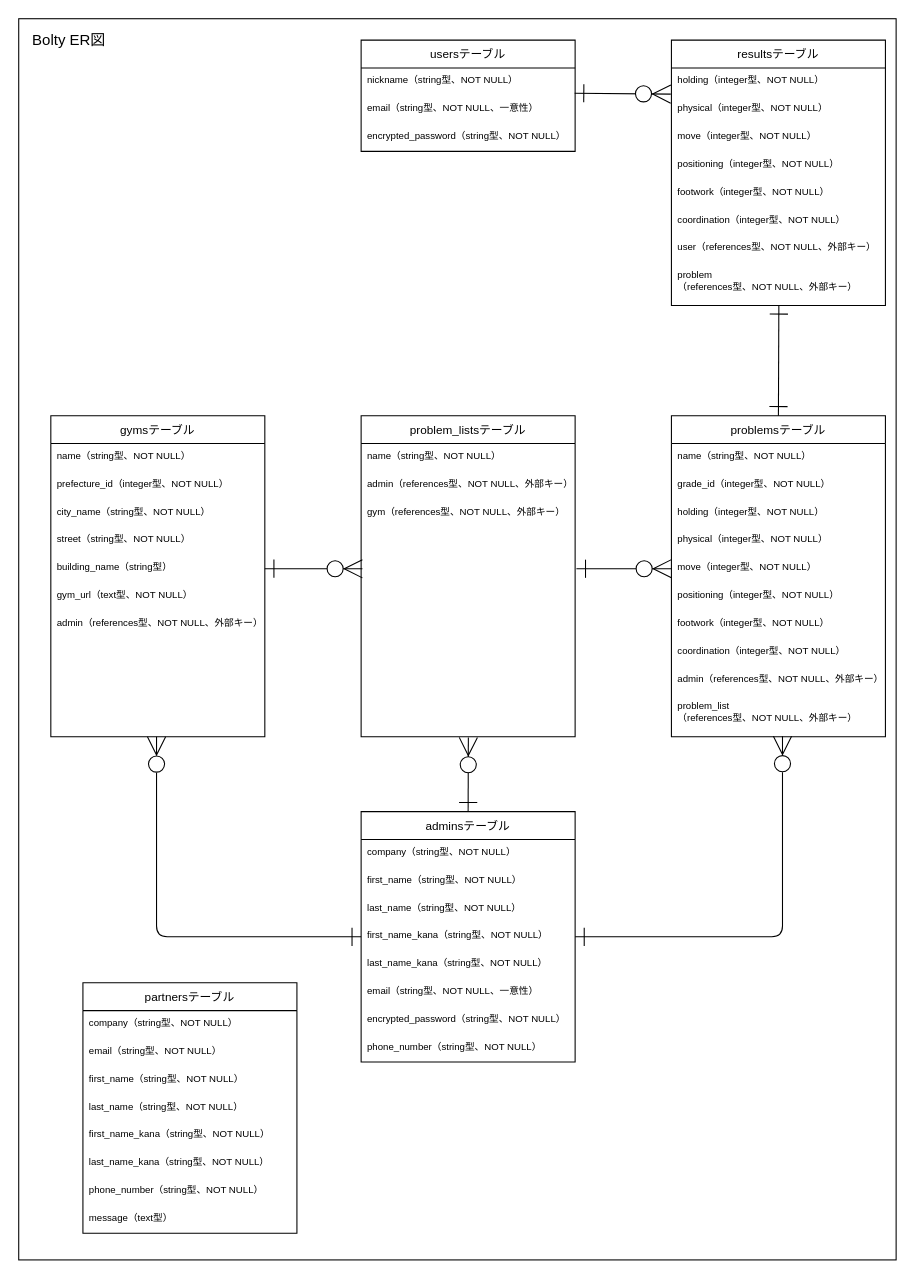
kazukiwada01/bolty keeps this draw.io diagram as ER.drawio. Above is the earlier version. Source tidied: cells renumbered, new cells numbered last; positions are measured from the earlier drawing's top-left corner, leaving out a move shared by most shapes. Both pictures are drawn from the tidied source at 107%, with x=0, y=0 at pixel (18, 18).
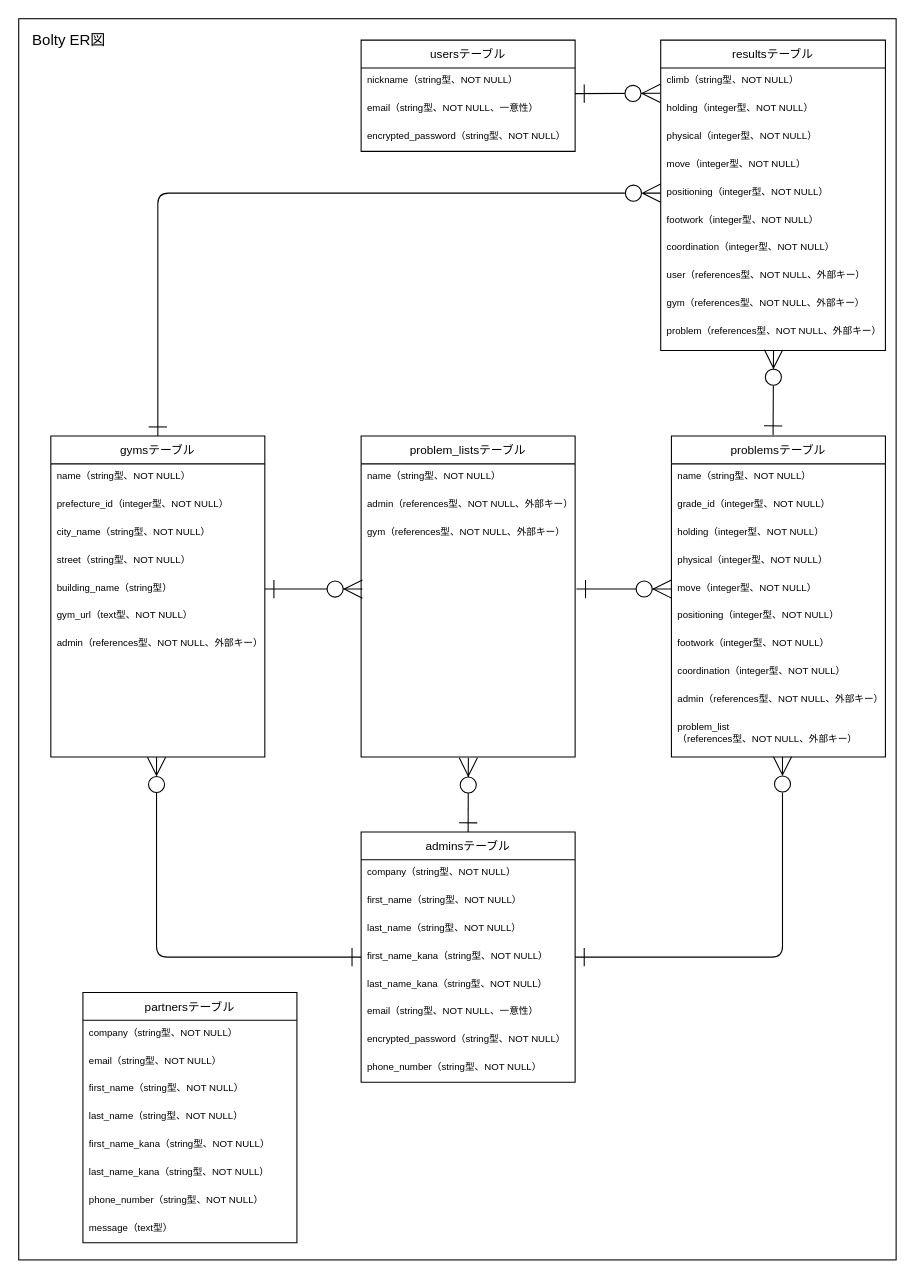
The same page after the edit.

Unchanged cells that the change refers to:
```xml
<mxCell id="4" value="nickname（string型、NOT NULL）" style="text;strokeColor=none;fillColor=none;align=left;verticalAlign=top;spacingLeft=4;spacingRight=4;overflow=hidden;points=[[0,0.5],[1,0.5]];portConstraint=eastwest;fontColor=#000000;fontSize=9;" parent="3" vertex="1">
  <mxGeometry y="26" width="200" height="26" as="geometry" />
</mxCell>
```

The edit, as a diff of the source:
```diff
@@
     <mxCell id="8" value="problem_listsテーブル" style="swimlane;fontStyle=0;horizontal=1;startSize=26;fontSize=11;fillColor=#FFFFFF;fontColor=#000000;strokeColor=#000000;" parent="1" vertex="1">
-      <mxGeometry x="320" y="371" width="200" height="300" as="geometry" />
+      <mxGeometry x="320" y="390" width="200" height="300" as="geometry" />
     </mxCell>
@@
     <mxCell id="12" value="adminsテーブル" style="swimlane;fontStyle=0;horizontal=1;startSize=26;fontSize=11;fillColor=#FFFFFF;fontColor=#000000;strokeColor=#000000;" parent="1" vertex="1">
-      <mxGeometry x="320" y="741" width="200" height="234" as="geometry" />
+      <mxGeometry x="320" y="760" width="200" height="234" as="geometry" />
     </mxCell>
@@
     <mxCell id="21" value="problemsテーブル" style="swimlane;fontStyle=0;horizontal=1;startSize=26;fontSize=11;fillColor=#FFFFFF;fontColor=#000000;strokeColor=#000000;" parent="1" vertex="1">
-      <mxGeometry x="610" y="371" width="200" height="300" as="geometry" />
+      <mxGeometry x="610" y="390" width="200" height="300" as="geometry" />
     </mxCell>
@@
     <mxCell id="32" value="gymsテーブル" style="swimlane;fontStyle=0;horizontal=1;startSize=26;fontSize=11;fillColor=#FFFFFF;fontColor=#000000;strokeColor=#000000;" parent="1" vertex="1">
-      <mxGeometry x="30" y="371" width="200" height="300" as="geometry" />
+      <mxGeometry x="30" y="390" width="200" height="300" as="geometry" />
     </mxCell>
@@
-    <mxCell id="40" style="edgeStyle=none;html=1;exitX=-0.003;exitY=-0.059;exitDx=0;exitDy=0;fontSize=12;fontColor=#000000;startArrow=ERzeroToMany;startFill=1;endArrow=ERone;endFill=0;startSize=15;endSize=15;strokeColor=#000000;entryX=0.998;entryY=0.907;entryDx=0;entryDy=0;entryPerimeter=0;exitPerimeter=0;" parent="1" edge="1" source="58" target="4">
-      <mxGeometry relative="1" as="geometry" />
+    <mxCell id="40" style="edgeStyle=none;html=1;exitX=-0.002;exitY=0.912;exitDx=0;exitDy=0;fontSize=12;fontColor=#000000;startArrow=ERzeroToMany;startFill=1;endArrow=ERone;endFill=0;startSize=15;endSize=15;strokeColor=#000000;exitPerimeter=0;" parent="1" edge="1" source="57">
+      <mxGeometry relative="1" as="geometry">
+        <mxPoint x="520" y="70" as="targetPoint" />
+      </mxGeometry>
     </mxCell>
-    <mxCell id="41" style="edgeStyle=none;html=1;fontSize=12;fontColor=#000000;startArrow=ERone;startFill=0;endArrow=ERone;endFill=0;startSize=15;endSize=15;strokeColor=#000000;entryX=0.502;entryY=0.988;entryDx=0;entryDy=0;entryPerimeter=0;exitX=0.5;exitY=0;exitDx=0;exitDy=0;" parent="1" edge="1" source="21" target="64">
-      <mxGeometry relative="1" as="geometry" />
+    <mxCell id="41" style="edgeStyle=none;html=1;fontSize=12;fontColor=#000000;startArrow=ERone;startFill=0;endArrow=ERzeroToMany;endFill=0;startSize=15;endSize=15;strokeColor=#000000;entryX=0;entryY=0.5;entryDx=0;entryDy=0;exitX=0.5;exitY=0;exitDx=0;exitDy=0;" parent="1" edge="1" source="32" target="60">
+      <mxGeometry relative="1" as="geometry">
+        <Array as="points">
+          <mxPoint x="130" y="163" />
+        </Array>
+      </mxGeometry>
     </mxCell>
@@
     <mxCell id="47" value="partnersテーブル" style="swimlane;fontStyle=0;horizontal=1;startSize=26;fontSize=11;fillColor=#FFFFFF;fontColor=#000000;strokeColor=#000000;" parent="1" vertex="1">
-      <mxGeometry x="60" y="901" width="200" height="234" as="geometry" />
+      <mxGeometry x="60" y="910" width="200" height="234" as="geometry" />
     </mxCell>
@@
     <mxCell id="56" value="resultsテーブル" style="swimlane;fontStyle=0;horizontal=1;startSize=26;fontSize=11;fillColor=#FFFFFF;fontColor=#000000;strokeColor=#000000;" parent="1" vertex="1">
-      <mxGeometry x="610" y="20" width="200" height="248" as="geometry" />
+      <mxGeometry x="600" y="20" width="210" height="290" as="geometry" />
     </mxCell>
-    <mxCell id="57" value="holding（integer型、NOT NULL）" style="text;strokeColor=none;fillColor=none;align=left;verticalAlign=top;spacingLeft=4;spacingRight=4;overflow=hidden;points=[[0,0.5],[1,0.5]];portConstraint=eastwest;fontColor=#000000;fontSize=9;" parent="56" vertex="1">
-      <mxGeometry y="26" width="200" height="26" as="geometry" />
+    <mxCell id="57" value="climb（string型、NOT NULL）" style="text;strokeColor=none;fillColor=none;align=left;verticalAlign=top;spacingLeft=4;spacingRight=4;overflow=hidden;points=[[0,0.5],[1,0.5]];portConstraint=eastwest;fontColor=#000000;fontSize=9;" parent="56" vertex="1">
+      <mxGeometry y="26" width="210" height="26" as="geometry" />
     </mxCell>
+    <mxCell id="65" value="holding（integer型、NOT NULL）" style="text;strokeColor=none;fillColor=none;align=left;verticalAlign=top;spacingLeft=4;spacingRight=4;overflow=hidden;fontColor=#000000;fontSize=9;" parent="56" vertex="1">
+      <mxGeometry y="52" width="210" height="26" as="geometry" />
+    </mxCell>
     <mxCell id="58" value="physical（integer型、NOT NULL）" style="text;strokeColor=none;fillColor=none;align=left;verticalAlign=top;spacingLeft=4;spacingRight=4;overflow=hidden;points=[[0,0.5],[1,0.5]];portConstraint=eastwest;fontColor=#000000;fontSize=9;" parent="56" vertex="1">
-      <mxGeometry y="52" width="200" height="26" as="geometry" />
+      <mxGeometry y="78" width="210" height="26" as="geometry" />
     </mxCell>
     <mxCell id="59" value="move（integer型、NOT NULL）" style="text;strokeColor=none;fillColor=none;align=left;verticalAlign=top;spacingLeft=4;spacingRight=4;overflow=hidden;fontColor=#000000;fontSize=9;" parent="56" vertex="1">
-      <mxGeometry y="78" width="200" height="26" as="geometry" />
+      <mxGeometry y="104" width="210" height="26" as="geometry" />
     </mxCell>
     <mxCell id="60" value="positioning（integer型、NOT NULL）" style="text;strokeColor=none;fillColor=none;align=left;verticalAlign=top;spacingLeft=4;spacingRight=4;overflow=hidden;points=[[0,0.5],[1,0.5]];portConstraint=eastwest;fontColor=#000000;fontSize=9;" parent="56" vertex="1">
-      <mxGeometry y="104" width="200" height="26" as="geometry" />
+      <mxGeometry y="130" width="210" height="26" as="geometry" />
     </mxCell>
     <mxCell id="61" value="footwork（integer型、NOT NULL）" style="text;strokeColor=none;fillColor=none;align=left;verticalAlign=top;spacingLeft=4;spacingRight=4;overflow=hidden;fontColor=#000000;fontSize=9;" parent="56" vertex="1">
-      <mxGeometry y="130" width="200" height="26" as="geometry" />
+      <mxGeometry y="156" width="210" height="26" as="geometry" />
     </mxCell>
     <mxCell id="62" value="coordination（integer型、NOT NULL）" style="text;strokeColor=none;fillColor=none;align=left;verticalAlign=top;spacingLeft=4;spacingRight=4;overflow=hidden;fontColor=#000000;fontSize=9;" parent="56" vertex="1">
-      <mxGeometry y="156" width="200" height="26" as="geometry" />
+      <mxGeometry y="182" width="210" height="26" as="geometry" />
     </mxCell>
     <mxCell id="63" value="user（references型、NOT NULL、外部キー）" style="text;strokeColor=none;fillColor=none;align=left;verticalAlign=top;spacingLeft=4;spacingRight=4;overflow=hidden;fontColor=#000000;fontSize=9;" parent="56" vertex="1">
-      <mxGeometry y="182" width="200" height="26" as="geometry" />
+      <mxGeometry y="208" width="210" height="26" as="geometry" />
     </mxCell>
-    <mxCell id="64" value="problem&#10;（references型、NOT NULL、外部キー）" style="text;strokeColor=none;fillColor=none;align=left;verticalAlign=top;spacingLeft=4;spacingRight=4;overflow=hidden;points=[[0,0.5],[1,0.5]];portConstraint=eastwest;fontColor=#000000;fontSize=9;" parent="56" vertex="1">
-      <mxGeometry y="208" width="200" height="40" as="geometry" />
-    </mxCell>
+    <mxCell id="66" value="gym（references型、NOT NULL、外部キー）" style="text;strokeColor=none;fillColor=none;align=left;verticalAlign=top;spacingLeft=4;spacingRight=4;overflow=hidden;fontColor=#000000;fontSize=9;" parent="56" vertex="1">
+      <mxGeometry y="234" width="210" height="26" as="geometry" />
+    </mxCell>
+    <mxCell id="67" value="problem（references型、NOT NULL、外部キー）" style="text;strokeColor=none;fillColor=none;align=left;verticalAlign=top;spacingLeft=4;spacingRight=4;overflow=hidden;points=[[0,0.5],[1,0.5]];portConstraint=eastwest;fontColor=#000000;fontSize=9;" parent="56" vertex="1">
+      <mxGeometry y="260" width="210" height="30" as="geometry" />
+    </mxCell>
+    <mxCell id="68" style="edgeStyle=none;html=1;exitX=0.502;exitY=0.983;exitDx=0;exitDy=0;fontSize=12;fontColor=#000000;startArrow=ERzeroToMany;startFill=0;endArrow=ERone;endFill=0;startSize=15;endSize=15;strokeColor=#000000;exitPerimeter=0;" parent="1" edge="1" source="67">
+      <mxGeometry relative="1" as="geometry">
+        <mxPoint x="705" y="389" as="targetPoint" />
+      </mxGeometry>
+    </mxCell>
```
